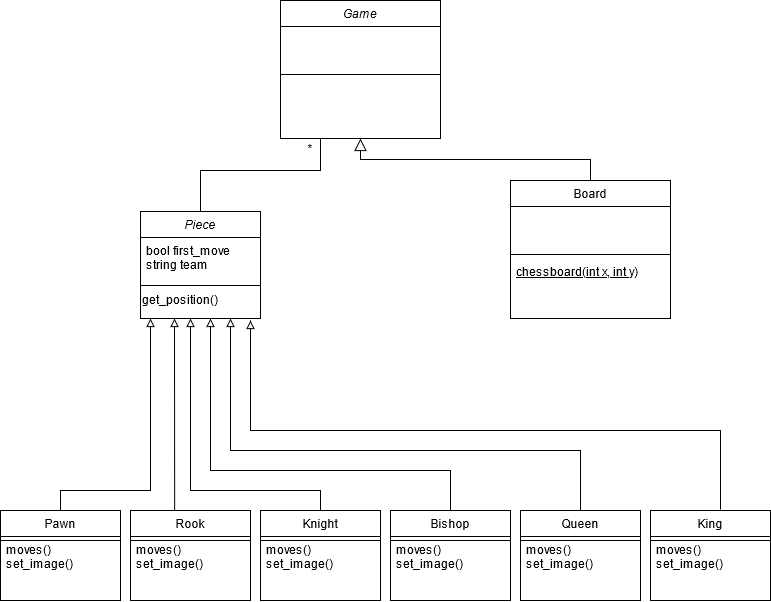
Earlier version of the draw.io export images/diagramme.png (Knackie/chess). Source tidied: cells renumbered, new cells last; positions are measured from the earlier drawing's top-left corner, leaving out a move shared by most shapes.
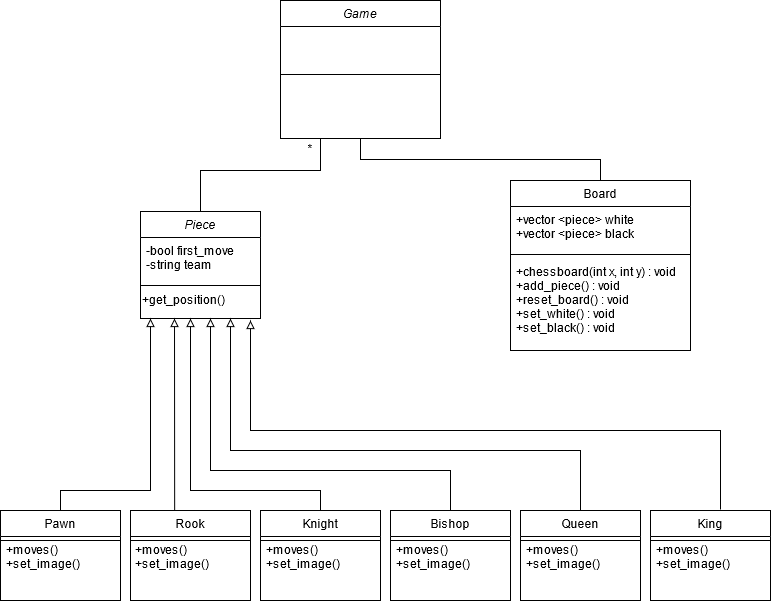
The same diagram one commit later.

Commit message:
begin of board class

The edit, as a diff of the source:
```diff
@@ -2,7 +2,7 @@
   <root>
     <mxCell id="0" />
     <mxCell id="1" parent="0" />
-    <mxCell id="2" style="endArrow=block;endSize=10;endFill=0;shadow=0;strokeWidth=1;rounded=0;edgeStyle=elbowEdgeStyle;elbow=vertical;" parent="1" edge="1" source="26" target="3">
+    <mxCell id="2" style="endArrow=none;endSize=10;endFill=0;shadow=0;strokeWidth=1;rounded=0;edgeStyle=elbowEdgeStyle;elbow=vertical;" parent="1" edge="1" source="26" target="3">
       <mxGeometry relative="1" as="geometry" />
     </mxCell>
     <mxCell id="3" value="Game" style="swimlane;fontStyle=2;align=center;verticalAlign=top;horizontal=1;startSize=26;rounded=0;shadow=0;strokeWidth=1;" parent="1" vertex="1">
@@ -14,22 +14,22 @@
     <mxCell id="5" style="line;html=1;strokeWidth=1;align=left;verticalAlign=middle;spacingTop=-1;spacingLeft=3;spacingRight=3;labelPosition=right;" parent="3" vertex="1">
       <mxGeometry y="70" width="160" height="8" as="geometry" />
     </mxCell>
-    <mxCell id="6" value="moves()&#10;set_image()&#10;&#10;&#10;" style="text;align=left;verticalAlign=top;spacingLeft=4;spacingRight=4;overflow=hidden;" parent="1" vertex="1">
+    <mxCell id="6" value="+moves()&#10;+set_image()&#10;&#10;&#10;" style="text;align=left;verticalAlign=top;spacingLeft=4;spacingRight=4;overflow=hidden;" parent="1" vertex="1">
       <mxGeometry y="536" width="120" height="44" as="geometry" />
     </mxCell>
-    <mxCell id="7" value="moves()&#10;set_image()&#10;&#10;&#10;" style="text;align=left;verticalAlign=top;spacingLeft=4;spacingRight=4;overflow=hidden;" parent="1" vertex="1">
-      <mxGeometry x="130" y="536" width="120" height="44" as="geometry" />
+    <mxCell id="7" value="+moves()&#10;+set_image()&#10;&#10;&#10;" style="text;align=left;verticalAlign=top;spacingLeft=4;spacingRight=4;overflow=hidden;" parent="1" vertex="1">
+      <mxGeometry x="129" y="536" width="120" height="44" as="geometry" />
     </mxCell>
-    <mxCell id="8" value="moves()&#10;set_image()&#10;&#10;&#10;" style="text;align=left;verticalAlign=top;spacingLeft=4;spacingRight=4;overflow=hidden;" parent="1" vertex="1">
+    <mxCell id="8" value="+moves()&#10;+set_image()&#10;&#10;&#10;" style="text;align=left;verticalAlign=top;spacingLeft=4;spacingRight=4;overflow=hidden;" parent="1" vertex="1">
       <mxGeometry x="260" y="536" width="120" height="44" as="geometry" />
     </mxCell>
-    <mxCell id="9" value="moves()&#10;set_image()&#10;&#10;&#10;" style="text;align=left;verticalAlign=top;spacingLeft=4;spacingRight=4;overflow=hidden;" parent="1" vertex="1">
+    <mxCell id="9" value="+moves()&#10;+set_image()&#10;&#10;&#10;" style="text;align=left;verticalAlign=top;spacingLeft=4;spacingRight=4;overflow=hidden;" parent="1" vertex="1">
       <mxGeometry x="390" y="536" width="120" height="44" as="geometry" />
     </mxCell>
-    <mxCell id="10" value="moves()&#10;set_image()&#10;&#10;&#10;" style="text;align=left;verticalAlign=top;spacingLeft=4;spacingRight=4;overflow=hidden;" parent="1" vertex="1">
+    <mxCell id="10" value="+moves()&#10;+set_image()&#10;&#10;&#10;" style="text;align=left;verticalAlign=top;spacingLeft=4;spacingRight=4;overflow=hidden;" parent="1" vertex="1">
       <mxGeometry x="520" y="536" width="120" height="44" as="geometry" />
     </mxCell>
-    <mxCell id="11" value="moves()&#10;set_image()&#10;&#10;&#10;" style="text;align=left;verticalAlign=top;spacingLeft=4;spacingRight=4;overflow=hidden;" parent="1" vertex="1">
+    <mxCell id="11" value="+moves()&#10;+set_image()&#10;&#10;&#10;" style="text;align=left;verticalAlign=top;spacingLeft=4;spacingRight=4;overflow=hidden;" parent="1" vertex="1">
       <mxGeometry x="650" y="536" width="120" height="44" as="geometry" />
     </mxCell>
     <mxCell id="12" value="Queen" style="swimlane;fontStyle=0;align=center;verticalAlign=top;horizontal=1;startSize=26;rounded=0;shadow=0;strokeWidth=1;" parent="1" vertex="1">
@@ -75,27 +75,27 @@
       <mxGeometry y="26" width="120" height="8" as="geometry" />
     </mxCell>
     <mxCell id="26" value="Board" style="swimlane;fontStyle=0;align=center;verticalAlign=top;horizontal=1;startSize=26;rounded=0;shadow=0;strokeWidth=1;" parent="1" vertex="1">
-      <mxGeometry x="510" y="180" width="160" height="138" as="geometry" />
+      <mxGeometry x="510" y="180" width="180" height="170" as="geometry" />
     </mxCell>
-    <mxCell id="27" value="&#10;&#10;" style="text;align=left;verticalAlign=top;spacingLeft=4;spacingRight=4;overflow=hidden;rounded=0;shadow=0;html=0;" parent="26" vertex="1">
-      <mxGeometry y="26" width="160" height="44" as="geometry" />
+    <mxCell id="27" value="+vector &lt;piece&gt; white&#10;+vector &lt;piece&gt; black&#10;" style="text;align=left;verticalAlign=top;spacingLeft=4;spacingRight=4;overflow=hidden;rounded=0;shadow=0;html=0;" parent="26" vertex="1">
+      <mxGeometry y="26" width="180" height="44" as="geometry" />
     </mxCell>
     <mxCell id="28" style="line;html=1;strokeWidth=1;align=left;verticalAlign=middle;spacingTop=-1;spacingLeft=3;spacingRight=3;labelPosition=right;" parent="26" vertex="1">
-      <mxGeometry y="70" width="160" height="8" as="geometry" />
+      <mxGeometry y="70" width="180" height="8" as="geometry" />
     </mxCell>
-    <mxCell id="29" value="chessboard(int x, int y)" style="text;align=left;verticalAlign=top;spacingLeft=4;spacingRight=4;overflow=hidden;fontStyle=4;" parent="26" vertex="1">
-      <mxGeometry y="78" width="160" height="26" as="geometry" />
+    <mxCell id="29" value="+chessboard(int x, int y) : void&#10;+add_piece() : void&#10;+reset_board() : void&#10;+set_white() : void&#10;+set_black() : void&#10;&#10;" style="text;align=left;verticalAlign=top;spacingLeft=4;spacingRight=4;overflow=hidden;fontStyle=0;" parent="26" vertex="1">
+      <mxGeometry y="78" width="180" height="82" as="geometry" />
     </mxCell>
     <mxCell id="30" value="Piece" style="swimlane;fontStyle=2;align=center;verticalAlign=top;horizontal=1;startSize=26;rounded=0;shadow=0;strokeWidth=1;" parent="1" vertex="1">
       <mxGeometry x="140" y="211" width="120" height="107" as="geometry" />
     </mxCell>
-    <mxCell id="31" value="bool first_move&#10;string team&#10;" style="text;align=left;verticalAlign=top;spacingLeft=4;spacingRight=4;overflow=hidden;rounded=0;shadow=0;html=0;" parent="30" vertex="1">
+    <mxCell id="31" value="-bool first_move&#10;-string team&#10;" style="text;align=left;verticalAlign=top;spacingLeft=4;spacingRight=4;overflow=hidden;rounded=0;shadow=0;html=0;" parent="30" vertex="1">
       <mxGeometry y="26" width="120" height="44" as="geometry" />
     </mxCell>
     <mxCell id="32" style="line;html=1;strokeWidth=1;align=left;verticalAlign=middle;spacingTop=-1;spacingLeft=3;spacingRight=3;labelPosition=right;" parent="30" vertex="1">
       <mxGeometry y="70" width="120" height="8" as="geometry" />
     </mxCell>
-    <mxCell id="33" value="get_position()" style="text;html=1;align=left;verticalAlign=middle;" parent="30" vertex="1">
+    <mxCell id="33" value="+get_position() " style="text;html=1;align=left;verticalAlign=middle;" parent="30" vertex="1">
       <mxGeometry y="78" width="120" height="20" as="geometry" />
     </mxCell>
     <mxCell id="34" style="endArrow=none;html=1;entryX=0.25;entryY=1;entryDx=0;entryDy=0;exitX=0.5;exitY=0;exitDx=0;exitDy=0;rounded=0;" parent="1" edge="1" source="30" target="3">
```
